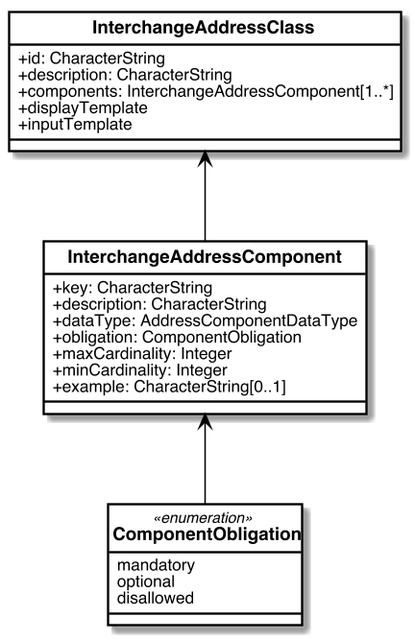
Earlier version of the PlantUML export sources/images/AddressClass.png (CalConnect/csd-digital-addresses). Its diagram source:
```plantuml
@startuml


skinparam Dpi 150
skinparam Monochrome false
skinparam LineType ortho
hide circle
skinparam Default {
  TextAlignment center
  FontName Helvetica
}
skinparam Class {
  AttributeIconSize 0
  BackgroundColor White
  ArrowColor Black
  BorderColor Black
  FontStyle bold
  StereotypeFontSize 10
}
skinparam Rectangle {
  BackgroundColor White
  ArrowColor Black
  BorderColor Black
  FontStyle bold
  FontSize 11
  StereotypeFontSize 10
}
skinparam Object {
  BackgroundColor White
  ArrowColor Black
  BorderColor Black
  FontStyle bold
  FontSize 11
  StereotypeFontSize 10
}

skinparam Entity {
  StereotypeFontSize 10
}



class InterchangeAddressClass{
  +id: CharacterString
  +description: CharacterString
  +components: InterchangeAddressComponent[1..*]
  +displayTemplate
  +inputTemplate
}

class InterchangeAddressComponent{
  +key: CharacterString
  +description: CharacterString
  +dataType: AddressComponentDataType
  +obligation: ComponentObligation
  +maxCardinality: Integer
  +minCardinality: Integer
  +example: CharacterString[0..1]
}

enum ComponentObligation <<enumeration>>{
  mandatory
  optional
  disallowed
}


InterchangeAddressComponent -up-> InterchangeAddressClass
ComponentObligation -up-> InterchangeAddressComponent

@enduml
```
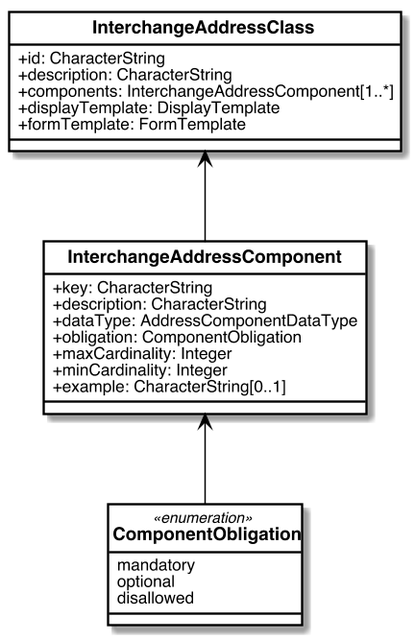
After the change.

What changed in the source:
```diff
@@ -44,8 +44,8 @@
   +id: CharacterString
   +description: CharacterString
   +components: InterchangeAddressComponent[1..*]
-  +displayTemplate
-  +inputTemplate
+  +displayTemplate: DisplayTemplate
+  +formTemplate: FormTemplate
 }
 
 class InterchangeAddressComponent{
```
